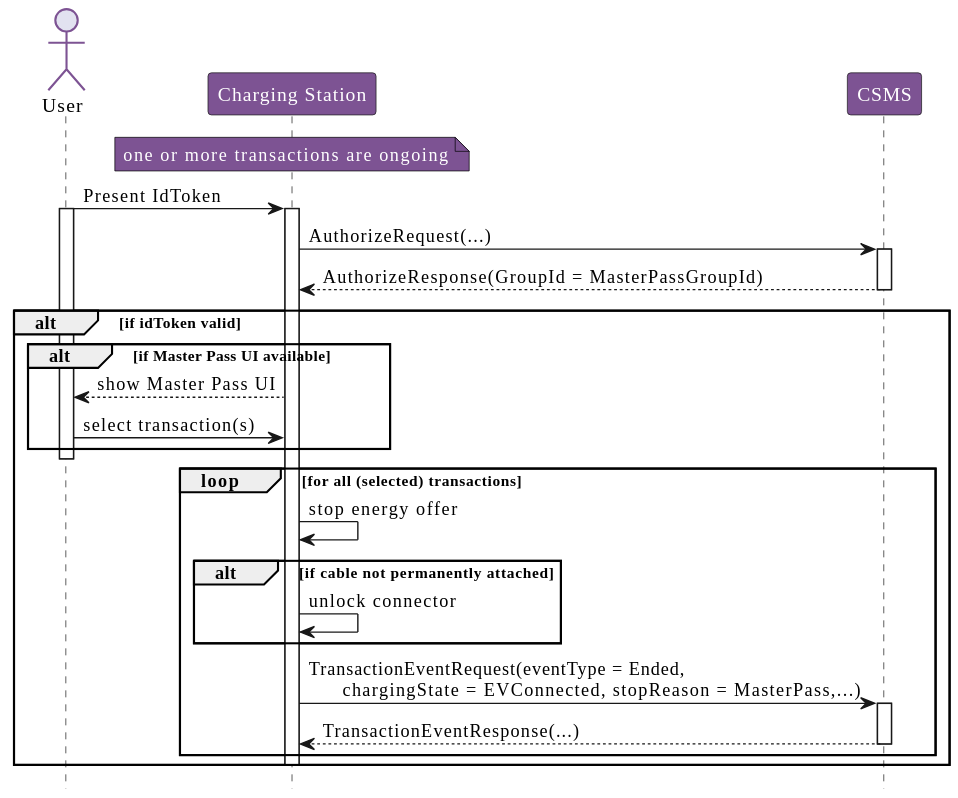
This is OCPP_2.0.1/part2/images/figure_36.svg from phoi5675/ocpp-markdown, a PlantUML export, as it was before one commit. The source it was exported from:
```plantuml
@startuml
!include style.puml

actor "User" as User
participant "Charging Station" as ChargingStation
participant "CSMS" as CSMS

note over ChargingStation
  one or more transactions are ongoing
end note

User -> ChargingStation: Present IdToken
activate User
activate ChargingStation

ChargingStation -> CSMS: AuthorizeRequest(...)
activate CSMS

CSMS --> ChargingStation: AuthorizeResponse(GroupId = MasterPassGroupId)
deactivate CSMS

alt if idToken valid
  alt if Master Pass UI available
    ChargingStation --> User: show Master Pass UI

    User -> ChargingStation: select transaction(s)
  end
  deactivate User

  loop for all (selected) transactions
    ChargingStation -> ChargingStation: stop energy offer

    alt if cable not permanently attached
      ChargingStation -> ChargingStation: unlock connector
    end

    ChargingStation -> CSMS:       TransactionEventRequest(eventType  Ended,\n      chargingState = EVConnected, stopReason = MasterPass,...)
    activate CSMS

    CSMS --> ChargingStation: TransactionEventResponse(...)
    deactivate CSMS
  end
  deactivate ChargingStation
end
@enduml
```
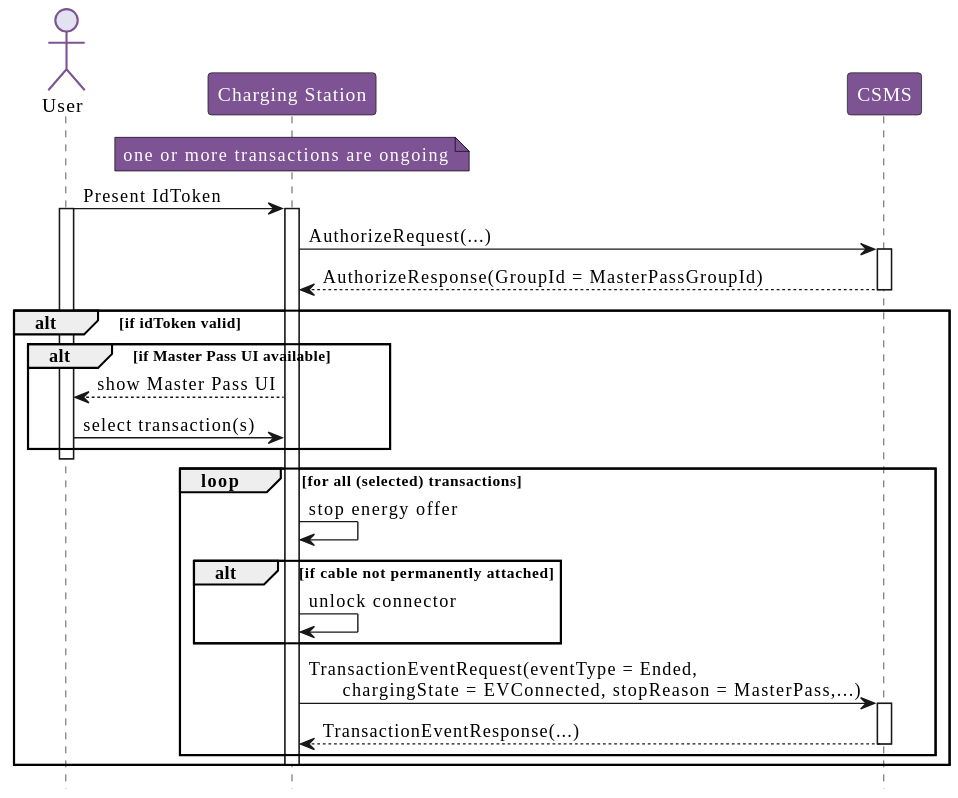
Above is the later version.

Change to the diagram source:
```diff
@@ -34,7 +34,7 @@
       ChargingStation -> ChargingStation: unlock connector
     end
 
-    ChargingStation -> CSMS:       TransactionEventRequest(eventType  Ended,\n      chargingState = EVConnected, stopReason = MasterPass,...)
+    ChargingStation -> CSMS:       TransactionEventRequest(eventType = Ended,\n      chargingState = EVConnected, stopReason = MasterPass,...)
     activate CSMS
 
     CSMS --> ChargingStation: TransactionEventResponse(...)
```
